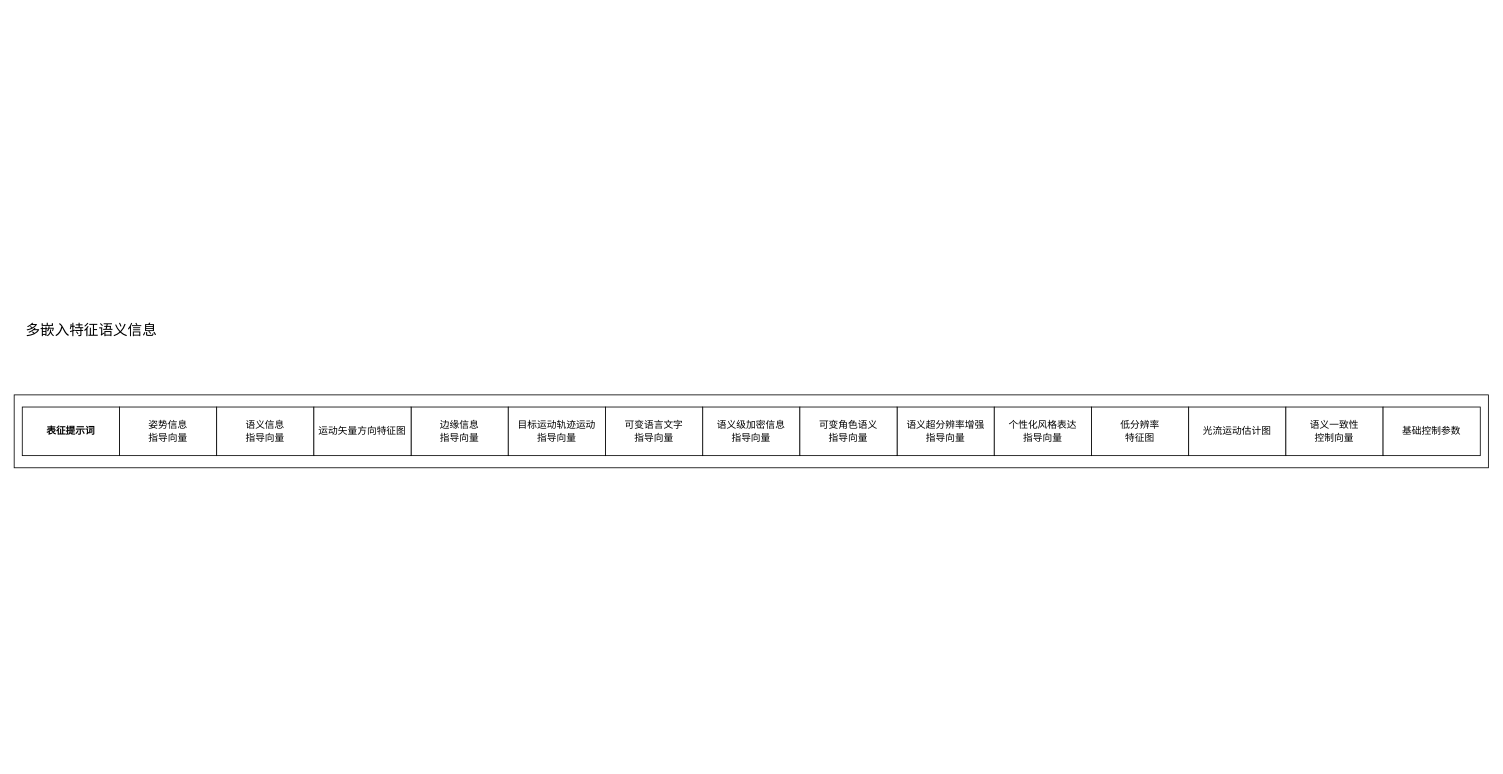
hrf666666/FlowCharts keeps this draw.io diagram as 多嵌入特征语义信息 视频.drawio. Above is the earlier version. Source tidied: cells renumbered, new cells numbered last; positions are measured from the earlier drawing's top-left corner, leaving out a move shared by most shapes. Both pictures are drawn from the tidied source at 81%, with x=0, y=0 at pixel (14, 313).
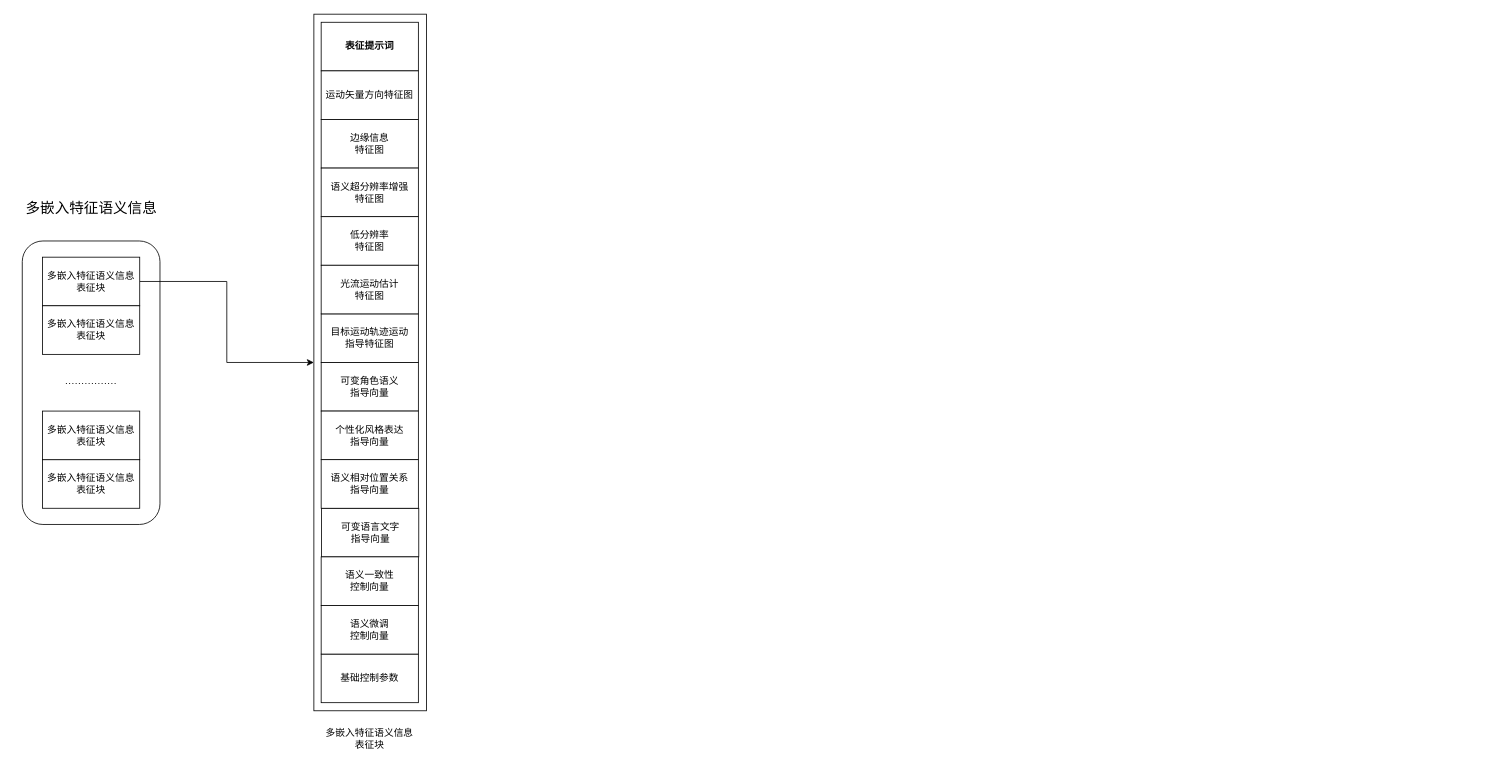
The same page after the edit.

Commit message:
更新多嵌入特征语义信息 视频.drawio

What changed in the source:
```diff
@@
-    <mxCell id="2" style="rounded=0;whiteSpace=wrap;html=1;" parent="1" vertex="1">
-      <mxGeometry y="100" width="1820" height="90" as="geometry" />
-    </mxCell>
-    <mxCell id="3" value="姿势信息&lt;div&gt;指导向量&lt;/div&gt;" style="rounded=0;whiteSpace=wrap;html=1;" parent="1" vertex="1">
-      <mxGeometry x="130" y="115" width="120" height="60" as="geometry" />
-    </mxCell>
-    <mxCell id="4" value="语义信息&lt;div&gt;指导向量&lt;/div&gt;" style="rounded=0;whiteSpace=wrap;html=1;" parent="1" vertex="1">
-      <mxGeometry x="250" y="115" width="120" height="60" as="geometry" />
-    </mxCell>
-    <mxCell id="5" value="边缘信息&lt;div&gt;指导向量&lt;/div&gt;" style="rounded=0;whiteSpace=wrap;html=1;" parent="1" vertex="1">
-      <mxGeometry x="490" y="115" width="120" height="60" as="geometry" />
-    </mxCell>
+    <mxCell id="14" value="&lt;font style=&quot;font-size: 18px;&quot;&gt;多嵌入特征语义信息&lt;/font&gt;" style="text;html=1;align=center;verticalAlign=middle;strokeColor=none;fillColor=none;" parent="1" vertex="1">
+      <mxGeometry y="-150" width="190" height="40" as="geometry" />
+    </mxCell>
+    <mxCell id="19" value="················" style="rounded=1;whiteSpace=wrap;html=1;" parent="1" vertex="1">
+      <mxGeometry x="10" y="-90" width="170" height="350" as="geometry" />
+    </mxCell>
+    <mxCell id="20" style="edgeStyle=orthogonalEdgeStyle;rounded=0;jettySize=auto;html=1;" parent="1" edge="1" source="21" target="25">
+      <mxGeometry relative="1" as="geometry" />
+    </mxCell>
+    <mxCell id="21" value="多嵌入特征语义信息表征块" style="rounded=0;whiteSpace=wrap;html=1;" parent="1" vertex="1">
+      <mxGeometry x="35" y="-70" width="120" height="60" as="geometry" />
+    </mxCell>
+    <mxCell id="22" value="多嵌入特征语义信息表征块" style="rounded=0;whiteSpace=wrap;html=1;" parent="1" vertex="1">
+      <mxGeometry x="35" y="-10" width="120" height="60" as="geometry" />
+    </mxCell>
+    <mxCell id="23" value="多嵌入特征语义信息表征块" style="rounded=0;whiteSpace=wrap;html=1;" parent="1" vertex="1">
+      <mxGeometry x="35" y="180" width="120" height="60" as="geometry" />
+    </mxCell>
+    <mxCell id="24" value="多嵌入特征语义信息表征块" style="rounded=0;whiteSpace=wrap;html=1;" parent="1" vertex="1">
+      <mxGeometry x="35" y="120" width="120" height="60" as="geometry" />
+    </mxCell>
+    <mxCell id="25" style="rounded=0;whiteSpace=wrap;html=1;" parent="1" vertex="1">
+      <mxGeometry x="370" y="-370" width="139" height="860" as="geometry" />
+    </mxCell>
+    <mxCell id="26" value="边缘信息&lt;div&gt;特征图&lt;/div&gt;" style="rounded=0;whiteSpace=wrap;html=1;" parent="1" vertex="1">
+      <mxGeometry x="379" y="-240" width="120" height="60" as="geometry" />
+    </mxCell>
     <mxCell id="6" value="&lt;b&gt;表征提示词&lt;/b&gt;" style="rounded=0;whiteSpace=wrap;html=1;" parent="1" vertex="1">
-      <mxGeometry x="10" y="115" width="120" height="60" as="geometry" />
+      <mxGeometry x="379" y="-360" width="120" height="60" as="geometry" />
     </mxCell>
-    <mxCell id="7" value="目标运动轨迹运动&lt;div&gt;指导向量&lt;/div&gt;" style="rounded=0;whiteSpace=wrap;html=1;" parent="1" vertex="1">
-      <mxGeometry x="610" y="115" width="120" height="60" as="geometry" />
-    </mxCell>
-    <mxCell id="8" value="语义级加密信息&lt;div&gt;指导向量&lt;/div&gt;" style="rounded=0;whiteSpace=wrap;html=1;" parent="1" vertex="1">
-      <mxGeometry x="850" y="115" width="120" height="60" as="geometry" />
-    </mxCell>
-    <mxCell id="9" value="语义超分辨率增强&lt;div&gt;指导向量&lt;/div&gt;" style="rounded=0;whiteSpace=wrap;html=1;" parent="1" vertex="1">
-      <mxGeometry x="1090" y="115" width="120" height="60" as="geometry" />
-    </mxCell>
+    <mxCell id="27" value="目标运动轨迹运动&lt;div&gt;指导特征图&lt;/div&gt;" style="rounded=0;whiteSpace=wrap;html=1;" parent="1" vertex="1">
+      <mxGeometry x="379" width="120" height="60" as="geometry" />
+    </mxCell>
+    <mxCell id="28" value="语义超分辨率增强&lt;div&gt;特征图&lt;/div&gt;" style="rounded=0;whiteSpace=wrap;html=1;" parent="1" vertex="1">
+      <mxGeometry x="379" y="-180" width="120" height="60" as="geometry" />
+    </mxCell>
     <mxCell id="10" value="可变语言文字&lt;div&gt;指导向量&lt;/div&gt;" style="rounded=0;whiteSpace=wrap;html=1;" parent="1" vertex="1">
-      <mxGeometry x="730" y="115" width="120" height="60" as="geometry" />
+      <mxGeometry x="379.5" y="240" width="120" height="60" as="geometry" />
     </mxCell>
     <mxCell id="11" value="&lt;div&gt;可变角色语义&lt;/div&gt;&lt;div&gt;指导向量&lt;/div&gt;" style="rounded=0;whiteSpace=wrap;html=1;" parent="1" vertex="1">
-      <mxGeometry x="970" y="115" width="120" height="60" as="geometry" />
+      <mxGeometry x="379" y="60" width="120" height="60" as="geometry" />
     </mxCell>
     <mxCell id="12" value="&lt;div&gt;个性化风格表达&lt;/div&gt;&lt;div&gt;指导向量&lt;/div&gt;" style="rounded=0;whiteSpace=wrap;html=1;" parent="1" vertex="1">
-      <mxGeometry x="1210" y="115" width="120" height="60" as="geometry" />
+      <mxGeometry x="379" y="120" width="120" height="60" as="geometry" />
     </mxCell>
     <mxCell id="13" value="&lt;div&gt;低分辨率&lt;/div&gt;&lt;div&gt;特征图&lt;/div&gt;" style="rounded=0;whiteSpace=wrap;html=1;" parent="1" vertex="1">
-      <mxGeometry x="1330" y="115" width="120" height="60" as="geometry" />
+      <mxGeometry x="379" y="-120" width="120" height="60" as="geometry" />
     </mxCell>
-    <mxCell id="14" value="&lt;font style=&quot;font-size: 18px;&quot;&gt;多嵌入特征语义信息&lt;/font&gt;" style="text;html=1;align=center;verticalAlign=middle;strokeColor=none;fillColor=none;" parent="1" vertex="1">
-      <mxGeometry width="190" height="40" as="geometry" />
-    </mxCell>
     <mxCell id="15" value="运动矢量方向特征图" style="rounded=0;whiteSpace=wrap;html=1;" parent="1" vertex="1">
-      <mxGeometry x="370" y="115" width="120" height="60" as="geometry" />
+      <mxGeometry x="379" y="-300" width="120" height="60" as="geometry" />
     </mxCell>
-    <mxCell id="16" value="&lt;div&gt;光流运动估计图&lt;/div&gt;" style="rounded=0;whiteSpace=wrap;html=1;" parent="1" vertex="1">
-      <mxGeometry x="1450" y="115" width="120" height="60" as="geometry" />
-    </mxCell>
+    <mxCell id="29" value="&lt;div&gt;光流运动估计&lt;/div&gt;&lt;div&gt;特征图&lt;/div&gt;" style="rounded=0;whiteSpace=wrap;html=1;" parent="1" vertex="1">
+      <mxGeometry x="379" y="-60" width="120" height="60" as="geometry" />
+    </mxCell>
     <mxCell id="17" value="&lt;div&gt;语义一致性&lt;/div&gt;&lt;div&gt;控制向量&lt;/div&gt;" style="rounded=0;whiteSpace=wrap;html=1;" parent="1" vertex="1">
-      <mxGeometry x="1570" y="115" width="120" height="60" as="geometry" />
+      <mxGeometry x="379" y="300" width="120" height="60" as="geometry" />
     </mxCell>
     <mxCell id="18" value="&lt;div&gt;基础控制参数&lt;/div&gt;" style="rounded=0;whiteSpace=wrap;html=1;" parent="1" vertex="1">
-      <mxGeometry x="1690" y="115" width="120" height="60" as="geometry" />
+      <mxGeometry x="379" y="420" width="120" height="60" as="geometry" />
     </mxCell>
+    <mxCell id="30" value="语义相对位置关系&lt;div&gt;指导向量&lt;/div&gt;" style="rounded=0;whiteSpace=wrap;html=1;" parent="1" vertex="1">
+      <mxGeometry x="379" y="180" width="120" height="60" as="geometry" />
+    </mxCell>
+    <mxCell id="31" value="&lt;div&gt;语义微调&lt;/div&gt;&lt;div&gt;控制向量&lt;/div&gt;" style="rounded=0;whiteSpace=wrap;html=1;" parent="1" vertex="1">
+      <mxGeometry x="379" y="360" width="120" height="60" as="geometry" />
+    </mxCell>
+    <mxCell id="32" value="多嵌入特征语义信息表征块" style="text;html=1;align=center;verticalAlign=middle;whiteSpace=wrap;rounded=0;" parent="1" vertex="1">
+      <mxGeometry x="379" y="500" width="120" height="50" as="geometry" />
+    </mxCell>
```
